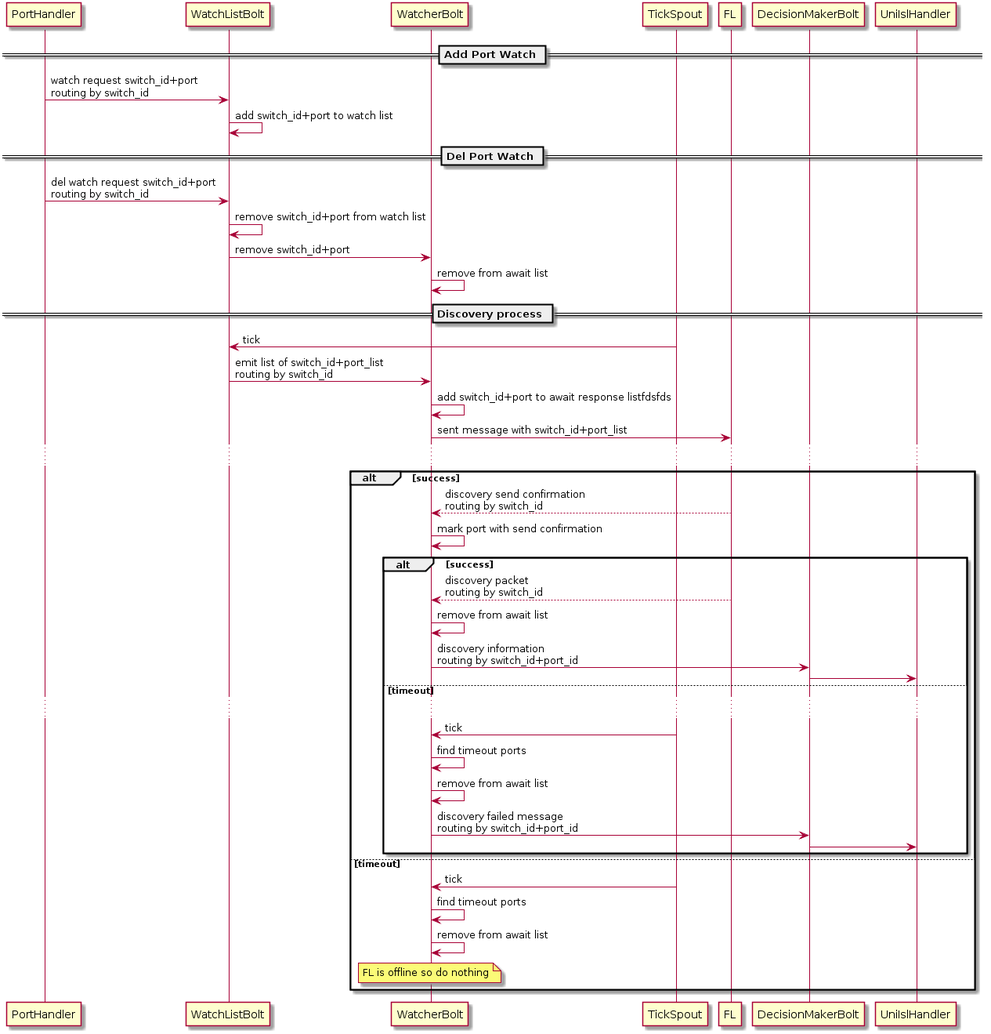
This is docs/design/network-discovery/discovery-sequence.png from telstra/open-kilda, a PlantUML export, as it was before one commit. Source of this version:
```plantuml
@startuml

== Add Port Watch ==
PortHandler -> WatchListBolt: watch request switch_id+port\nrouting by switch_id
WatchListBolt -> WatchListBolt: add switch_id+port to watch list

== Del Port Watch ==
PortHandler -> WatchListBolt: del watch request switch_id+port\nrouting by switch_id
WatchListBolt -> WatchListBolt: remove switch_id+port from watch list
WatchListBolt -> WatcherBolt: remove switch_id+port
WatcherBolt -> WatcherBolt: remove from await list


== Discovery process ==
TickSpout -> WatchListBolt: tick
WatchListBolt -> WatcherBolt: emit list of switch_id+port_list\nrouting by switch_id

WatcherBolt -> WatcherBolt: add switch_id+port to await response listfdsfds
WatcherBolt -> FL: sent message with switch_id+port_list
...
alt success
FL --> WatcherBolt: discovery send confirmation\nrouting by switch_id
WatcherBolt -> WatcherBolt: mark port with send confirmation
    alt success
    FL --> WatcherBolt: discovery packet\nrouting by switch_id
    WatcherBolt -> WatcherBolt: remove from await list
    WatcherBolt -> DecisionMakerBolt: discovery information\nrouting by switch_id+port_id
    DecisionMakerBolt -> UniIslHandler
    else timeout
    ...
    TickSpout -> WatcherBolt: tick
    WatcherBolt -> WatcherBolt: find timeout ports
    WatcherBolt -> WatcherBolt: remove from await list
    WatcherBolt -> DecisionMakerBolt: discovery failed message\nrouting by switch_id+port_id
    DecisionMakerBolt -> UniIslHandler
end
else timeout
TickSpout -> WatcherBolt: tick
WatcherBolt -> WatcherBolt: find timeout ports
WatcherBolt -> WatcherBolt: remove from await list
note over WatcherBolt
	FL is offline so do nothing
end note

end


@enduml
```
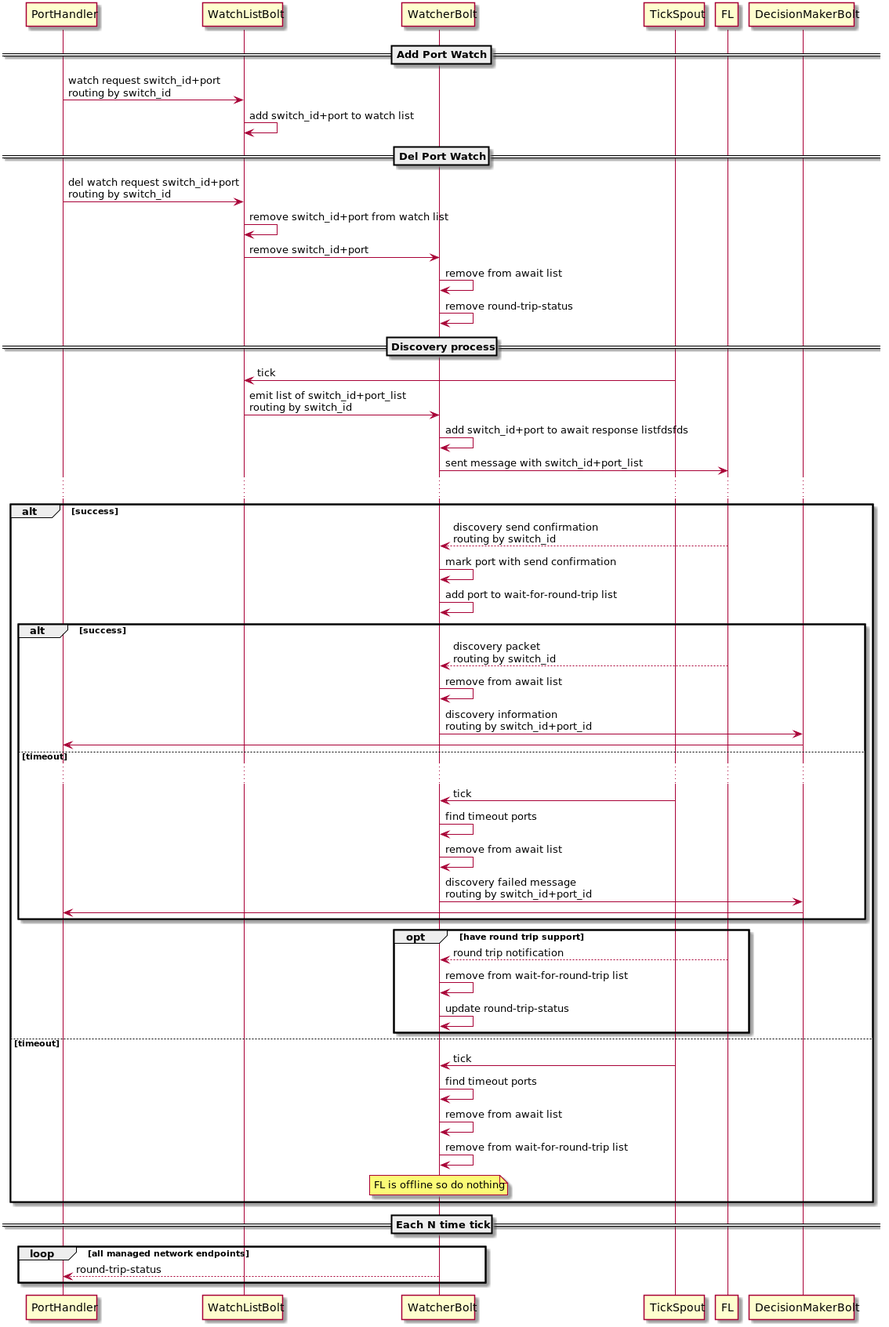
Later version of the same file.

Diff of the diagram source:
```diff
@@ -9,7 +9,7 @@
 WatchListBolt -> WatchListBolt: remove switch_id+port from watch list
 WatchListBolt -> WatcherBolt: remove switch_id+port
 WatcherBolt -> WatcherBolt: remove from await list
-
+WatcherBolt -> WatcherBolt: remove round-trip-status
 
 == Discovery process ==
 TickSpout -> WatchListBolt: tick
@@ -21,28 +21,41 @@
 alt success
 FL --> WatcherBolt: discovery send confirmation\nrouting by switch_id
 WatcherBolt -> WatcherBolt: mark port with send confirmation
+WatcherBolt -> WatcherBolt: add port to wait-for-round-trip list
     alt success
     FL --> WatcherBolt: discovery packet\nrouting by switch_id
     WatcherBolt -> WatcherBolt: remove from await list
     WatcherBolt -> DecisionMakerBolt: discovery information\nrouting by switch_id+port_id
-    DecisionMakerBolt -> UniIslHandler
+    DecisionMakerBolt -> PortHandler
+
     else timeout
     ...
     TickSpout -> WatcherBolt: tick
     WatcherBolt -> WatcherBolt: find timeout ports
     WatcherBolt -> WatcherBolt: remove from await list
     WatcherBolt -> DecisionMakerBolt: discovery failed message\nrouting by switch_id+port_id
-    DecisionMakerBolt -> UniIslHandler
-end
+    DecisionMakerBolt -> PortHandler
+    end alt
+
+    opt have round trip support
+        FL --> WatcherBolt: round trip notification
+        WatcherBolt -> WatcherBolt: remove from wait-for-round-trip list
+        WatcherBolt -> WatcherBolt: update round-trip-status
+    end opt
 else timeout
 TickSpout -> WatcherBolt: tick
 WatcherBolt -> WatcherBolt: find timeout ports
 WatcherBolt -> WatcherBolt: remove from await list
+WatcherBolt -> WatcherBolt: remove from wait-for-round-trip list
 note over WatcherBolt
 	FL is offline so do nothing
 end note
 
 end
 
+== Each N time tick ==
+loop all managed network endpoints
+    WatcherBolt --> PortHandler: round-trip-status
+end loop
 
 @enduml
```
